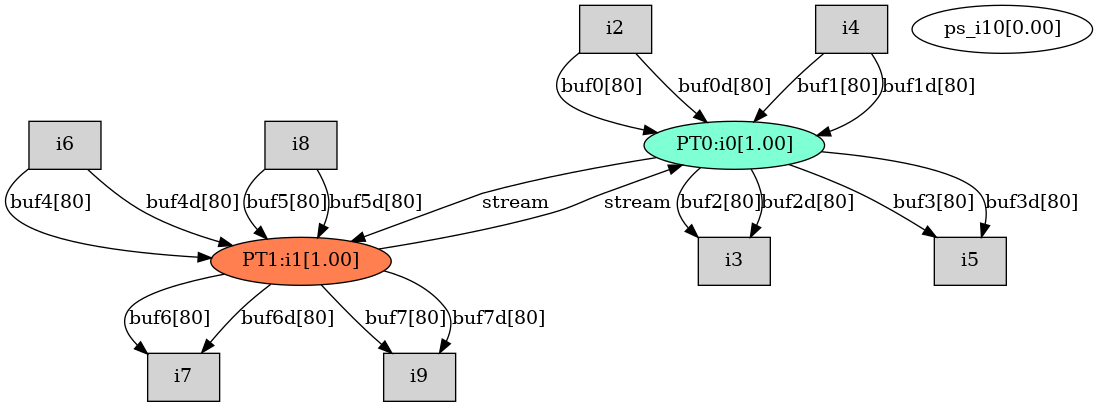
Above: testAIE/Work/reports/TopGraph.png in lxy-littlechai/SVD (Graphviz), before the change. Its source is kept beside it as testAIE/Work/reports/TopGraph.dot. Source of this version:
```dot
digraph root {
"PT0:i0[1.00]" [style=filled, fillcolor=aquamarine];
"PT1:i1[1.00]" [style=filled, fillcolor=coral];
"i2" [shape=box style=filled, fillcolor=lightgrey];
"i3" [shape=box style=filled, fillcolor=lightgrey];
"i4" [shape=box style=filled, fillcolor=lightgrey];
"i5" [shape=box style=filled, fillcolor=lightgrey];
"i6" [shape=box style=filled, fillcolor=lightgrey];
"i7" [shape=box style=filled, fillcolor=lightgrey];
"i8" [shape=box style=filled, fillcolor=lightgrey];
"i9" [shape=box style=filled, fillcolor=lightgrey];
"ps_i10[0.00]";
"i2" -> "PT0:i0[1.00]" [label="buf0[80]"];
"i4" -> "PT0:i0[1.00]" [label="buf1[80]"];
"PT0:i0[1.00]" -> "i3" [label="buf2[80]"];
"PT0:i0[1.00]" -> "i5" [label="buf3[80]"];
"i6" -> "PT1:i1[1.00]" [label="buf4[80]"];
"i8" -> "PT1:i1[1.00]" [label="buf5[80]"];
"PT1:i1[1.00]" -> "i7" [label="buf6[80]"];
"PT1:i1[1.00]" -> "i9" [label="buf7[80]"];
"PT0:i0[1.00]" -> "PT1:i1[1.00]" [label="stream"];
"PT1:i1[1.00]" -> "PT0:i0[1.00]" [label="stream"];
"i2" -> "PT0:i0[1.00]" [label="buf0d[80]"];
"i4" -> "PT0:i0[1.00]" [label="buf1d[80]"];
"PT0:i0[1.00]" -> "i3" [label="buf2d[80]"];
"PT0:i0[1.00]" -> "i5" [label="buf3d[80]"];
"i6" -> "PT1:i1[1.00]" [label="buf4d[80]"];
"i8" -> "PT1:i1[1.00]" [label="buf5d[80]"];
"PT1:i1[1.00]" -> "i7" [label="buf6d[80]"];
"PT1:i1[1.00]" -> "i9" [label="buf7d[80]"];
}
```
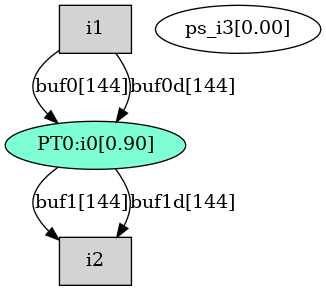
After the change.

The edit, as a diff of the source:
```diff
@@ -1,31 +1,10 @@
 digraph root {
-"PT0:i0[1.00]" [style=filled, fillcolor=aquamarine];
-"PT1:i1[1.00]" [style=filled, fillcolor=coral];
+"PT0:i0[0.90]" [style=filled, fillcolor=aquamarine];
+"i1" [shape=box style=filled, fillcolor=lightgrey];
 "i2" [shape=box style=filled, fillcolor=lightgrey];
-"i3" [shape=box style=filled, fillcolor=lightgrey];
-"i4" [shape=box style=filled, fillcolor=lightgrey];
-"i5" [shape=box style=filled, fillcolor=lightgrey];
-"i6" [shape=box style=filled, fillcolor=lightgrey];
-"i7" [shape=box style=filled, fillcolor=lightgrey];
-"i8" [shape=box style=filled, fillcolor=lightgrey];
-"i9" [shape=box style=filled, fillcolor=lightgrey];
-"ps_i10[0.00]";
-"i2" -> "PT0:i0[1.00]" [label="buf0[80]"];
-"i4" -> "PT0:i0[1.00]" [label="buf1[80]"];
-"PT0:i0[1.00]" -> "i3" [label="buf2[80]"];
-"PT0:i0[1.00]" -> "i5" [label="buf3[80]"];
-"i6" -> "PT1:i1[1.00]" [label="buf4[80]"];
-"i8" -> "PT1:i1[1.00]" [label="buf5[80]"];
-"PT1:i1[1.00]" -> "i7" [label="buf6[80]"];
-"PT1:i1[1.00]" -> "i9" [label="buf7[80]"];
-"PT0:i0[1.00]" -> "PT1:i1[1.00]" [label="stream"];
-"PT1:i1[1.00]" -> "PT0:i0[1.00]" [label="stream"];
-"i2" -> "PT0:i0[1.00]" [label="buf0d[80]"];
-"i4" -> "PT0:i0[1.00]" [label="buf1d[80]"];
-"PT0:i0[1.00]" -> "i3" [label="buf2d[80]"];
-"PT0:i0[1.00]" -> "i5" [label="buf3d[80]"];
-"i6" -> "PT1:i1[1.00]" [label="buf4d[80]"];
-"i8" -> "PT1:i1[1.00]" [label="buf5d[80]"];
-"PT1:i1[1.00]" -> "i7" [label="buf6d[80]"];
-"PT1:i1[1.00]" -> "i9" [label="buf7d[80]"];
+"ps_i3[0.00]";
+"i1" -> "PT0:i0[0.90]" [label="buf0[144]"];
+"PT0:i0[0.90]" -> "i2" [label="buf1[144]"];
+"i1" -> "PT0:i0[0.90]" [label="buf0d[144]"];
+"PT0:i0[0.90]" -> "i2" [label="buf1d[144]"];
 }
```
